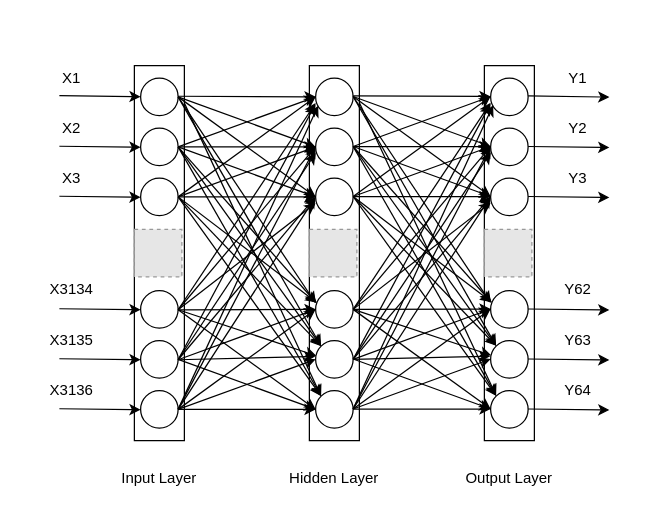
Before: reports/figures/Untitled Diagram.drawio in onomatopeia/alphamoon, a draw.io diagram. Source tidied: cells renumbered, new cells numbered last; positions are measured from the earlier drawing's top-left corner, leaving out a move shared by most shapes. Both pictures are drawn from the tidied source at 125%, with x=0, y=0 at pixel (21, 65). Pictures stored in the file or linked from it are replaced by grey dashed boxes.
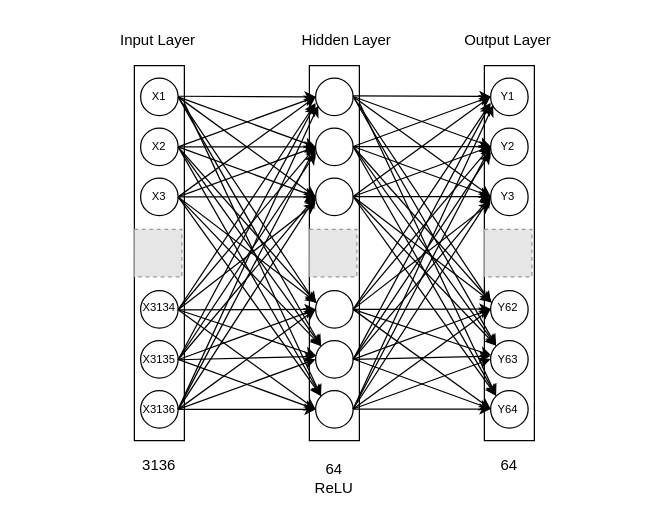
After the change.

Change to the diagram source:
```diff
@@
-    <mxCell id="2" style="rounded=0;whiteSpace=wrap;html=1;" parent="1" vertex="1">
+    <mxCell id="2" style="rounded=0;whiteSpace=wrap;html=1;fontSize=9;" parent="1" vertex="1">
       <mxGeometry x="90" width="40" height="300" as="geometry" />
     </mxCell>
-    <mxCell id="3" style="ellipse;whiteSpace=wrap;html=1;" parent="1" vertex="1">
+    <mxCell id="3" style="ellipse;whiteSpace=wrap;html=1;fontSize=9;" parent="1" vertex="1">
       <mxGeometry x="95" y="260" width="30" height="30" as="geometry" />
     </mxCell>
-    <mxCell id="4" style="ellipse;whiteSpace=wrap;html=1;" parent="1" vertex="1">
+    <mxCell id="4" style="ellipse;whiteSpace=wrap;html=1;fontSize=9;" parent="1" vertex="1">
       <mxGeometry x="95" y="220" width="30" height="30" as="geometry" />
     </mxCell>
-    <mxCell id="5" style="ellipse;whiteSpace=wrap;html=1;" parent="1" vertex="1">
+    <mxCell id="5" style="ellipse;whiteSpace=wrap;html=1;fontSize=9;" parent="1" vertex="1">
       <mxGeometry x="95" y="180" width="30" height="30" as="geometry" />
     </mxCell>
-    <mxCell id="6" style="ellipse;whiteSpace=wrap;html=1;" parent="1" vertex="1">
+    <mxCell id="6" style="ellipse;whiteSpace=wrap;html=1;fontSize=9;" parent="1" vertex="1">
       <mxGeometry x="95" y="10" width="30" height="30" as="geometry" />
     </mxCell>
-    <mxCell id="7" style="ellipse;whiteSpace=wrap;html=1;" parent="1" vertex="1">
+    <mxCell id="7" style="ellipse;whiteSpace=wrap;html=1;fontSize=9;" parent="1" vertex="1">
       <mxGeometry x="95" y="50" width="30" height="30" as="geometry" />
     </mxCell>
-    <mxCell id="8" style="ellipse;whiteSpace=wrap;html=1;" parent="1" vertex="1">
+    <mxCell id="8" style="ellipse;whiteSpace=wrap;html=1;fontSize=9;" parent="1" vertex="1">
       <mxGeometry x="95" y="90" width="30" height="30" as="geometry" />
     </mxCell>
-    <mxCell id="9" style="fillColor=#E6E6E6;strokeColor=#999999;dashed=1;html=1;verticalAlign=top;verticalLabelPosition=bottom;labelBackgroundColor=#ffffff;" parent="1" vertex="1">
+    <mxCell id="9" style="fillColor=#E6E6E6;strokeColor=#999999;dashed=1;html=1;verticalAlign=top;verticalLabelPosition=bottom;labelBackgroundColor=#ffffff;fontSize=9;" parent="1" vertex="1">
       <mxGeometry x="90" y="131" width="38" height="38" as="geometry" />
     </mxCell>
@@
-    <mxCell id="26" style="endArrow=classic;html=1;" parent="1" edge="1" target="6">
-      <mxGeometry relative="1" as="geometry">
-        <mxPoint x="30" y="24" as="sourcePoint" />
-      </mxGeometry>
-    </mxCell>
-    <mxCell id="27" style="endArrow=classic;html=1;" parent="1" edge="1">
-      <mxGeometry relative="1" as="geometry">
-        <mxPoint x="30" y="64.5" as="sourcePoint" />
-        <mxPoint x="95" y="65.3" as="targetPoint" />
-      </mxGeometry>
-    </mxCell>
-    <mxCell id="28" style="endArrow=classic;html=1;" parent="1" edge="1">
-      <mxGeometry relative="1" as="geometry">
-        <mxPoint x="30" y="104.5" as="sourcePoint" />
-        <mxPoint x="95" y="105.3" as="targetPoint" />
-      </mxGeometry>
-    </mxCell>
-    <mxCell id="29" style="endArrow=classic;html=1;" parent="1" edge="1">
-      <mxGeometry relative="1" as="geometry">
-        <mxPoint x="30" y="194.5" as="sourcePoint" />
-        <mxPoint x="95" y="195.3" as="targetPoint" />
-      </mxGeometry>
-    </mxCell>
-    <mxCell id="30" style="endArrow=classic;html=1;" parent="1" edge="1">
-      <mxGeometry relative="1" as="geometry">
-        <mxPoint x="30" y="234.5" as="sourcePoint" />
-        <mxPoint x="95" y="235.3" as="targetPoint" />
-      </mxGeometry>
-    </mxCell>
-    <mxCell id="31" style="endArrow=classic;html=1;" parent="1" edge="1">
-      <mxGeometry relative="1" as="geometry">
-        <mxPoint x="30" y="274.5" as="sourcePoint" />
-        <mxPoint x="95" y="275.3" as="targetPoint" />
-      </mxGeometry>
-    </mxCell>
@@
-    <mxCell id="104" style="endArrow=classic;html=1;" parent="1" edge="1">
-      <mxGeometry relative="1" as="geometry">
-        <mxPoint x="405" y="24.2" as="sourcePoint" />
-        <mxPoint x="470" y="25.2" as="targetPoint" />
-      </mxGeometry>
-    </mxCell>
-    <mxCell id="105" style="endArrow=classic;html=1;" parent="1" edge="1">
-      <mxGeometry relative="1" as="geometry">
-        <mxPoint x="405" y="64.7" as="sourcePoint" />
-        <mxPoint x="470" y="65.5" as="targetPoint" />
-      </mxGeometry>
-    </mxCell>
-    <mxCell id="106" style="endArrow=classic;html=1;" parent="1" edge="1">
-      <mxGeometry relative="1" as="geometry">
-        <mxPoint x="405" y="104.7" as="sourcePoint" />
-        <mxPoint x="470" y="105.5" as="targetPoint" />
-      </mxGeometry>
-    </mxCell>
-    <mxCell id="107" style="endArrow=classic;html=1;" parent="1" edge="1">
-      <mxGeometry relative="1" as="geometry">
-        <mxPoint x="405" y="194.7" as="sourcePoint" />
-        <mxPoint x="470" y="195.5" as="targetPoint" />
-      </mxGeometry>
-    </mxCell>
-    <mxCell id="108" style="endArrow=classic;html=1;" parent="1" edge="1">
-      <mxGeometry relative="1" as="geometry">
-        <mxPoint x="405" y="234.7" as="sourcePoint" />
-        <mxPoint x="470" y="235.5" as="targetPoint" />
-      </mxGeometry>
-    </mxCell>
-    <mxCell id="109" style="endArrow=classic;html=1;" parent="1" edge="1">
-      <mxGeometry relative="1" as="geometry">
-        <mxPoint x="405" y="274.7" as="sourcePoint" />
-        <mxPoint x="470" y="275.5" as="targetPoint" />
-      </mxGeometry>
-    </mxCell>
     <mxCell id="110" value="Input Layer" style="text;html=1;strokeColor=none;fillColor=none;align=center;verticalAlign=middle;whiteSpace=wrap;rounded=0;" parent="1" vertex="1">
-      <mxGeometry x="70" y="320" width="80" height="20" as="geometry" />
+      <mxGeometry x="69" y="-30" width="80" height="20" as="geometry" />
     </mxCell>
     <mxCell id="111" value="Output Layer" style="text;html=1;strokeColor=none;fillColor=none;align=center;verticalAlign=middle;whiteSpace=wrap;rounded=0;" parent="1" vertex="1">
-      <mxGeometry x="350" y="320" width="80" height="20" as="geometry" />
+      <mxGeometry x="349" y="-30" width="80" height="20" as="geometry" />
     </mxCell>
     <mxCell id="112" value="Hidden Layer" style="text;html=1;strokeColor=none;fillColor=none;align=center;verticalAlign=middle;whiteSpace=wrap;rounded=0;" parent="1" vertex="1">
-      <mxGeometry x="210" y="320" width="80" height="20" as="geometry" />
+      <mxGeometry x="220" y="-35" width="80" height="30" as="geometry" />
     </mxCell>
-    <mxCell id="113" value="X1" style="text;html=1;strokeColor=none;fillColor=none;align=center;verticalAlign=middle;whiteSpace=wrap;rounded=0;" parent="1" vertex="1">
-      <mxGeometry width="80" height="20" as="geometry" />
+    <mxCell id="113" value="X1" style="text;html=1;strokeColor=none;fillColor=none;align=center;verticalAlign=middle;whiteSpace=wrap;rounded=0;fontSize=9;" parent="1" vertex="1">
+      <mxGeometry x="70" y="15" width="80" height="20" as="geometry" />
     </mxCell>
-    <mxCell id="114" value="X2" style="text;html=1;strokeColor=none;fillColor=none;align=center;verticalAlign=middle;whiteSpace=wrap;rounded=0;" parent="1" vertex="1">
-      <mxGeometry y="40" width="80" height="20" as="geometry" />
+    <mxCell id="114" value="X2" style="text;html=1;strokeColor=none;fillColor=none;align=center;verticalAlign=middle;whiteSpace=wrap;rounded=0;fontSize=9;" parent="1" vertex="1">
+      <mxGeometry x="70" y="55" width="80" height="20" as="geometry" />
     </mxCell>
-    <mxCell id="115" value="X3" style="text;html=1;strokeColor=none;fillColor=none;align=center;verticalAlign=middle;whiteSpace=wrap;rounded=0;" parent="1" vertex="1">
-      <mxGeometry y="80" width="80" height="20" as="geometry" />
+    <mxCell id="115" value="X3" style="text;html=1;strokeColor=none;fillColor=none;align=center;verticalAlign=middle;whiteSpace=wrap;rounded=0;fontSize=9;" parent="1" vertex="1">
+      <mxGeometry x="70" y="95" width="80" height="20" as="geometry" />
     </mxCell>
-    <mxCell id="116" value="X3134" style="text;html=1;strokeColor=none;fillColor=none;align=center;verticalAlign=middle;whiteSpace=wrap;rounded=0;" parent="1" vertex="1">
-      <mxGeometry y="169" width="80" height="20" as="geometry" />
+    <mxCell id="116" value="X3134" style="text;html=1;strokeColor=none;fillColor=none;align=center;verticalAlign=middle;whiteSpace=wrap;rounded=0;fontSize=9;" parent="1" vertex="1">
+      <mxGeometry x="70" y="184" width="80" height="20" as="geometry" />
     </mxCell>
-    <mxCell id="117" value="X3135" style="text;html=1;strokeColor=none;fillColor=none;align=center;verticalAlign=middle;whiteSpace=wrap;rounded=0;" parent="1" vertex="1">
-      <mxGeometry y="210" width="80" height="20" as="geometry" />
+    <mxCell id="117" value="X3135" style="text;html=1;strokeColor=none;fillColor=none;align=center;verticalAlign=middle;whiteSpace=wrap;rounded=0;fontSize=9;" parent="1" vertex="1">
+      <mxGeometry x="70" y="225" width="80" height="20" as="geometry" />
     </mxCell>
-    <mxCell id="118" value="X3136" style="text;html=1;strokeColor=none;fillColor=none;align=center;verticalAlign=middle;whiteSpace=wrap;rounded=0;" parent="1" vertex="1">
-      <mxGeometry y="250" width="80" height="20" as="geometry" />
+    <mxCell id="118" value="X3136" style="text;html=1;strokeColor=none;fillColor=none;align=center;verticalAlign=middle;whiteSpace=wrap;rounded=0;fontSize=9;" parent="1" vertex="1">
+      <mxGeometry x="70" y="265" width="80" height="20" as="geometry" />
     </mxCell>
-    <mxCell id="119" value="Y1" style="text;html=1;strokeColor=none;fillColor=none;align=center;verticalAlign=middle;whiteSpace=wrap;rounded=0;" parent="1" vertex="1">
-      <mxGeometry x="405" width="80" height="20" as="geometry" />
+    <mxCell id="119" value="Y1" style="text;html=1;strokeColor=none;fillColor=none;align=center;verticalAlign=middle;whiteSpace=wrap;rounded=0;fontSize=9;" parent="1" vertex="1">
+      <mxGeometry x="349" y="15" width="80" height="20" as="geometry" />
     </mxCell>
-    <mxCell id="120" value="Y2" style="text;html=1;strokeColor=none;fillColor=none;align=center;verticalAlign=middle;whiteSpace=wrap;rounded=0;" parent="1" vertex="1">
-      <mxGeometry x="405" y="40" width="80" height="20" as="geometry" />
+    <mxCell id="120" value="Y2" style="text;html=1;strokeColor=none;fillColor=none;align=center;verticalAlign=middle;whiteSpace=wrap;rounded=0;fontSize=9;" parent="1" vertex="1">
+      <mxGeometry x="349" y="55" width="80" height="20" as="geometry" />
     </mxCell>
-    <mxCell id="121" value="Y3" style="text;html=1;strokeColor=none;fillColor=none;align=center;verticalAlign=middle;whiteSpace=wrap;rounded=0;" parent="1" vertex="1">
-      <mxGeometry x="405" y="80" width="80" height="20" as="geometry" />
+    <mxCell id="121" value="Y3" style="text;html=1;strokeColor=none;fillColor=none;align=center;verticalAlign=middle;whiteSpace=wrap;rounded=0;fontSize=9;" parent="1" vertex="1">
+      <mxGeometry x="349" y="95" width="80" height="20" as="geometry" />
     </mxCell>
-    <mxCell id="122" value="Y62" style="text;html=1;strokeColor=none;fillColor=none;align=center;verticalAlign=middle;whiteSpace=wrap;rounded=0;" parent="1" vertex="1">
-      <mxGeometry x="405" y="169" width="80" height="20" as="geometry" />
+    <mxCell id="122" value="Y62" style="text;html=1;strokeColor=none;fillColor=none;align=center;verticalAlign=middle;whiteSpace=wrap;rounded=0;fontSize=9;" parent="1" vertex="1">
+      <mxGeometry x="349" y="184" width="80" height="20" as="geometry" />
     </mxCell>
-    <mxCell id="123" value="Y63" style="text;html=1;strokeColor=none;fillColor=none;align=center;verticalAlign=middle;whiteSpace=wrap;rounded=0;" parent="1" vertex="1">
-      <mxGeometry x="405" y="210" width="80" height="20" as="geometry" />
+    <mxCell id="123" value="Y63" style="text;html=1;strokeColor=none;fillColor=none;align=center;verticalAlign=middle;whiteSpace=wrap;rounded=0;fontSize=9;" parent="1" vertex="1">
+      <mxGeometry x="349" y="225" width="80" height="20" as="geometry" />
     </mxCell>
-    <mxCell id="124" value="Y64" style="text;html=1;strokeColor=none;fillColor=none;align=center;verticalAlign=middle;whiteSpace=wrap;rounded=0;" parent="1" vertex="1">
-      <mxGeometry x="405" y="250" width="80" height="20" as="geometry" />
+    <mxCell id="124" value="Y64" style="text;html=1;strokeColor=none;fillColor=none;align=center;verticalAlign=middle;whiteSpace=wrap;rounded=0;fontSize=9;" parent="1" vertex="1">
+      <mxGeometry x="349" y="265" width="80" height="20" as="geometry" />
     </mxCell>
+    <mxCell id="125" value="64&lt;br&gt;ReLU" style="text;html=1;strokeColor=none;fillColor=none;align=center;verticalAlign=middle;whiteSpace=wrap;rounded=0;" parent="1" vertex="1">
+      <mxGeometry x="210" y="315" width="80" height="30" as="geometry" />
+    </mxCell>
+    <mxCell id="126" value="3136" style="text;html=1;strokeColor=none;fillColor=none;align=center;verticalAlign=middle;whiteSpace=wrap;rounded=0;" parent="1" vertex="1">
+      <mxGeometry x="70" y="305" width="80" height="30" as="geometry" />
+    </mxCell>
+    <mxCell id="127" value="64" style="text;html=1;strokeColor=none;fillColor=none;align=center;verticalAlign=middle;whiteSpace=wrap;rounded=0;" parent="1" vertex="1">
+      <mxGeometry x="350" y="305" width="80" height="30" as="geometry" />
+    </mxCell>
```
